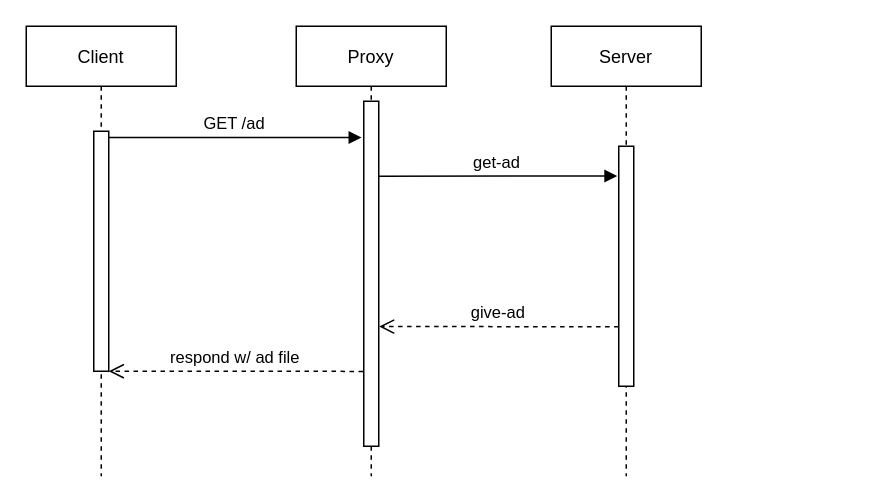
Before: docs/communication/seq2.drawio in bgunson/as, a draw.io diagram. Source tidied: cells renumbered, new cells numbered last; positions are measured from the earlier drawing's top-left corner, leaving out a move shared by most shapes. Both pictures are drawn from the tidied source at 150%, with x=0, y=0 at pixel (26, 26).
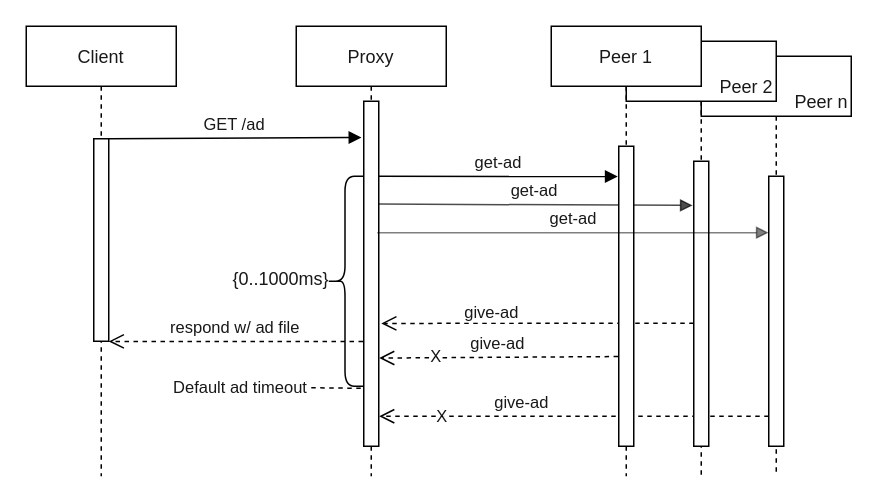
The same diagram, later.

The edit, as a diff of the source:
```diff
@@
+    <mxCell id="12" value="give-ad" style="html=1;verticalAlign=bottom;endArrow=open;dashed=1;endSize=8;entryX=1.028;entryY=0.913;entryDx=0;entryDy=0;entryPerimeter=0;exitX=0;exitY=0.889;exitDx=0;exitDy=0;exitPerimeter=0;textOpacity=90;" parent="1" edge="1" source="16" target="5">
+      <mxGeometry x="0.27" relative="1" as="geometry" />
+    </mxCell>
+    <mxCell id="13" value="X" style="edgeLabel;html=1;align=center;verticalAlign=middle;fontSize=11;textOpacity=90;" parent="12" vertex="1">
+      <mxGeometry x="0.69" relative="1" as="geometry" />
+    </mxCell>
+    <mxCell id="14" value="get-ad" style="verticalAlign=bottom;endArrow=block;shadow=0;strokeWidth=1;opacity=70;exitX=0.905;exitY=0.298;exitDx=0;exitDy=0;exitPerimeter=0;entryX=-0.065;entryY=0.155;entryDx=0;entryDy=0;entryPerimeter=0;textOpacity=90;" parent="1" edge="1" source="5" target="18">
+      <mxGeometry relative="1" as="geometry" />
+    </mxCell>
+    <mxCell id="15" value="Peer n" style="shape=umlLifeline;perimeter=lifelinePerimeter;rounded=0;shadow=0;strokeWidth=1;align=right;verticalAlign=bottom;textOpacity=90;" parent="1" vertex="1">
+      <mxGeometry x="450" y="20" width="100" height="280" as="geometry" />
+    </mxCell>
+    <mxCell id="16" style="points=[];perimeter=orthogonalPerimeter;rounded=0;shadow=0;strokeWidth=1;textOpacity=90;" parent="15" vertex="1">
+      <mxGeometry x="45" y="80" width="10" height="180" as="geometry" />
+    </mxCell>
+    <mxCell id="17" value="Peer 2" style="shape=umlLifeline;perimeter=lifelinePerimeter;rounded=0;shadow=0;strokeWidth=1;align=right;verticalAlign=bottom;textOpacity=90;" parent="1" vertex="1">
+      <mxGeometry x="400" y="10" width="100" height="290" as="geometry" />
+    </mxCell>
+    <mxCell id="18" style="points=[];perimeter=orthogonalPerimeter;rounded=0;shadow=0;strokeWidth=1;textOpacity=90;" parent="17" vertex="1">
+      <mxGeometry x="45" y="80" width="10" height="190" as="geometry" />
+    </mxCell>
-    <mxCell id="2" value="Client" style="shape=umlLifeline;perimeter=lifelinePerimeter;rounded=0;shadow=0;strokeWidth=1;" parent="1" vertex="1">
+    <mxCell id="2" value="Client" style="shape=umlLifeline;perimeter=lifelinePerimeter;rounded=0;shadow=0;strokeWidth=1;textOpacity=90;" parent="1" vertex="1">
       <mxGeometry width="100" height="300" as="geometry" />
     </mxCell>
-    <mxCell id="3" style="points=[];perimeter=orthogonalPerimeter;rounded=0;shadow=0;strokeWidth=1;" parent="2" vertex="1">
-      <mxGeometry x="45" y="70" width="10" height="160" as="geometry" />
+    <mxCell id="3" style="points=[];perimeter=orthogonalPerimeter;rounded=0;shadow=0;strokeWidth=1;textOpacity=90;" parent="2" vertex="1">
+      <mxGeometry x="45" y="75" width="10" height="135" as="geometry" />
     </mxCell>
-    <mxCell id="4" value="Proxy" style="shape=umlLifeline;perimeter=lifelinePerimeter;rounded=0;shadow=0;strokeWidth=1;" parent="1" vertex="1">
+    <mxCell id="4" value="Proxy" style="shape=umlLifeline;perimeter=lifelinePerimeter;rounded=0;shadow=0;strokeWidth=1;textOpacity=90;" parent="1" vertex="1">
       <mxGeometry x="180" width="100" height="300" as="geometry" />
     </mxCell>
-    <mxCell id="5" style="points=[];perimeter=orthogonalPerimeter;rounded=0;shadow=0;strokeWidth=1;" parent="4" vertex="1">
+    <mxCell id="5" style="points=[];perimeter=orthogonalPerimeter;rounded=0;shadow=0;strokeWidth=1;textOpacity=90;" parent="4" vertex="1">
       <mxGeometry x="45" y="50" width="10" height="230" as="geometry" />
     </mxCell>
-    <mxCell id="6" value="get-ad" style="verticalAlign=bottom;endArrow=block;shadow=0;strokeWidth=1;entryX=-0.103;entryY=0.124;entryDx=0;entryDy=0;entryPerimeter=0;" parent="4" edge="1" target="10">
+    <mxCell id="6" value="get-ad" style="verticalAlign=bottom;endArrow=block;shadow=0;strokeWidth=1;entryX=-0.067;entryY=0.101;entryDx=0;entryDy=0;entryPerimeter=0;textOpacity=90;" parent="4" edge="1" target="10">
       <mxGeometry relative="1" as="geometry">
         <mxPoint x="55" y="100" as="sourcePoint" />
       </mxGeometry>
     </mxCell>
+    <mxCell id="19" style="shape=curlyBracket;whiteSpace=wrap;html=1;rounded=1;labelPosition=left;verticalLabelPosition=middle;align=right;verticalAlign=middle;textOpacity=90;" parent="4" vertex="1">
+      <mxGeometry x="20" y="100" width="25" height="140" as="geometry" />
+    </mxCell>
+    <mxCell id="20" style="endArrow=none;dashed=1;html=1;entryX=0.962;entryY=0.995;entryDx=0;entryDy=0;entryPerimeter=0;textOpacity=90;" parent="4" edge="1">
+      <mxGeometry relative="1" as="geometry">
+        <mxPoint x="10" y="241" as="sourcePoint" />
+        <mxPoint x="45" y="241.4" as="targetPoint" />
+      </mxGeometry>
+    </mxCell>
-    <mxCell id="7" value="respond w/ ad file" style="verticalAlign=bottom;endArrow=open;dashed=1;endSize=8;shadow=0;strokeWidth=1;exitX=-0.049;exitY=0.783;exitDx=0;exitDy=0;exitPerimeter=0;" parent="1" edge="1" source="5" target="3">
-      <mxGeometry relative="1" as="geometry" />
+    <mxCell id="7" value="respond w/ ad file" style="verticalAlign=bottom;endArrow=open;dashed=1;endSize=8;shadow=0;strokeWidth=1;exitX=-0.049;exitY=0.783;exitDx=0;exitDy=0;exitPerimeter=0;textOpacity=90;" parent="1" edge="1">
+      <mxGeometry relative="1" as="geometry">
+        <mxPoint x="224.5" y="210.1" as="sourcePoint" />
+        <mxPoint x="55" y="210.1" as="targetPoint" />
+      </mxGeometry>
     </mxCell>
-    <mxCell id="8" value="GET /ad" style="verticalAlign=bottom;endArrow=block;shadow=0;strokeWidth=1;entryX=-0.153;entryY=0.105;entryDx=0;entryDy=0;entryPerimeter=0;" parent="1" edge="1" source="3" target="5">
+    <mxCell id="8" value="GET /ad" style="verticalAlign=bottom;endArrow=block;shadow=0;strokeWidth=1;entryX=-0.153;entryY=0.105;entryDx=0;entryDy=0;entryPerimeter=0;textOpacity=90;" parent="1" edge="1" source="3" target="5">
       <mxGeometry relative="1" as="geometry" />
     </mxCell>
-    <mxCell id="9" value="Server" style="shape=umlLifeline;perimeter=lifelinePerimeter;rounded=0;shadow=0;strokeWidth=1;" parent="1" vertex="1">
+    <mxCell id="9" value="Peer 1" style="shape=umlLifeline;perimeter=lifelinePerimeter;rounded=0;shadow=0;strokeWidth=1;textOpacity=90;" parent="1" vertex="1">
       <mxGeometry x="350" width="100" height="300" as="geometry" />
     </mxCell>
+    <mxCell id="21" value="give-ad" style="html=1;verticalAlign=bottom;endArrow=open;dashed=1;endSize=8;entryX=1.169;entryY=0.744;entryDx=0;entryDy=0;entryPerimeter=0;textOpacity=90;" parent="9" edge="1">
+      <mxGeometry x="0.3" y="2" relative="1" as="geometry">
+        <mxPoint x="95" y="198" as="sourcePoint" />
+        <mxPoint x="-113.3" y="198.1" as="targetPoint" />
+      </mxGeometry>
+    </mxCell>
-    <mxCell id="10" style="points=[];perimeter=orthogonalPerimeter;rounded=0;shadow=0;strokeWidth=1;" parent="9" vertex="1">
-      <mxGeometry x="45" y="80" width="10" height="160" as="geometry" />
+    <mxCell id="10" style="points=[];perimeter=orthogonalPerimeter;rounded=0;shadow=0;strokeWidth=1;textOpacity=90;" parent="9" vertex="1">
+      <mxGeometry x="45" y="80" width="10" height="200" as="geometry" />
     </mxCell>
-    <mxCell id="11" value="give-ad" style="verticalAlign=bottom;endArrow=open;dashed=1;endSize=8;shadow=0;strokeWidth=1;exitX=-0.011;exitY=0.752;exitDx=0;exitDy=0;exitPerimeter=0;entryX=1.026;entryY=0.653;entryDx=0;entryDy=0;entryPerimeter=0;" parent="1" edge="1" source="10" target="5">
-      <mxGeometry relative="1" as="geometry" />
+    <mxCell id="11" value="give-ad" style="verticalAlign=bottom;endArrow=open;dashed=1;endSize=8;shadow=0;strokeWidth=1;entryX=1.026;entryY=0.653;entryDx=0;entryDy=0;entryPerimeter=0;exitX=-0.046;exitY=0.701;exitDx=0;exitDy=0;exitPerimeter=0;textOpacity=90;" parent="1" edge="1" source="10">
+      <mxGeometry relative="1" as="geometry">
+        <mxPoint x="235.3" y="221.2" as="targetPoint" />
+      </mxGeometry>
     </mxCell>
+    <mxCell id="22" value="X" style="edgeLabel;html=1;align=center;verticalAlign=middle;fontSize=11;textOpacity=90;" parent="11" vertex="1">
+      <mxGeometry x="0.53" y="-1" relative="1" as="geometry" />
+    </mxCell>
+    <mxCell id="23" value="get-ad" style="verticalAlign=bottom;endArrow=block;shadow=0;strokeWidth=1;opacity=50;exitX=0.905;exitY=0.368;exitDx=0;exitDy=0;exitPerimeter=0;textOpacity=90;" parent="1" edge="1" target="16">
+      <mxGeometry relative="1" as="geometry">
+        <mxPoint x="234" y="137.6" as="sourcePoint" />
+      </mxGeometry>
+    </mxCell>
+    <mxCell id="24" value="{0..1000ms}" style="text;html=1;strokeColor=none;fillColor=none;align=center;verticalAlign=middle;whiteSpace=wrap;rounded=0;opacity=70;textOpacity=90;" parent="1" vertex="1">
+      <mxGeometry x="140" y="154" width="60" height="30" as="geometry" />
+    </mxCell>
+    <mxCell id="25" value="&lt;font style=&quot;font-size: 11px;&quot;&gt;Default ad timeout&lt;/font&gt;" style="text;html=1;strokeColor=none;fillColor=none;align=center;verticalAlign=middle;whiteSpace=wrap;rounded=0;opacity=70;textOpacity=90;" parent="1" vertex="1">
+      <mxGeometry x="93" y="226" width="100" height="30" as="geometry" />
+    </mxCell>
```
